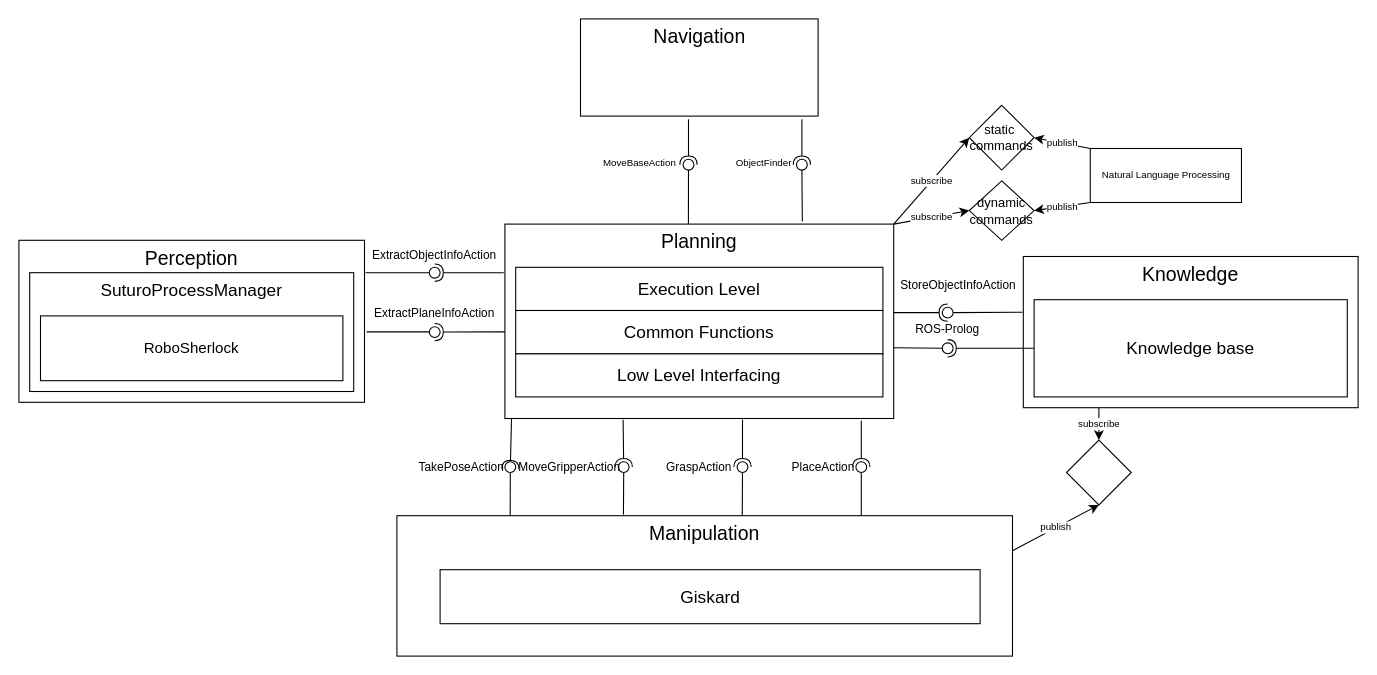
This is diagramms/Overview.drawio from SUTURO/suturo_resources, a draw.io file, before an edit. Source tidied: cells renumbered, new cells numbered last; positions are measured from the earlier drawing's top-left corner, leaving out a move shared by most shapes. Both pictures are drawn from the tidied source at 108%, with x=0, y=0 at pixel (18, 18).
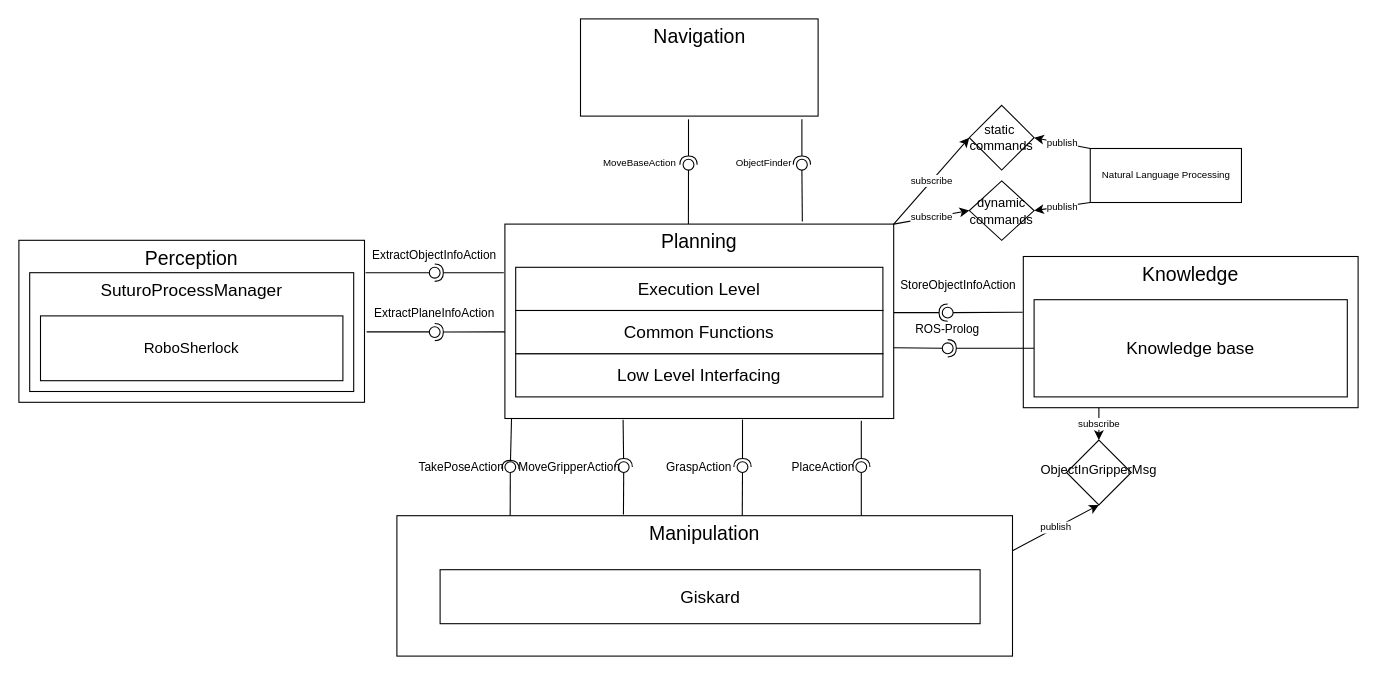
The same page after the edit.

Commit message (it also covers changes not shown here):
changed gitignore because i want to import 2 pictures as pdf because svg was not working, modified overview diagramm

Change to the diagram source:
```diff
@@
+    <mxCell id="68" value="ObjectInGripperMsg" style="text;html=1;strokeColor=none;fillColor=none;align=center;verticalAlign=middle;whiteSpace=wrap;rounded=0;" parent="1" vertex="1">
+      <mxGeometry x="980" y="408" width="40" height="20" as="geometry" />
+    </mxCell>
```
